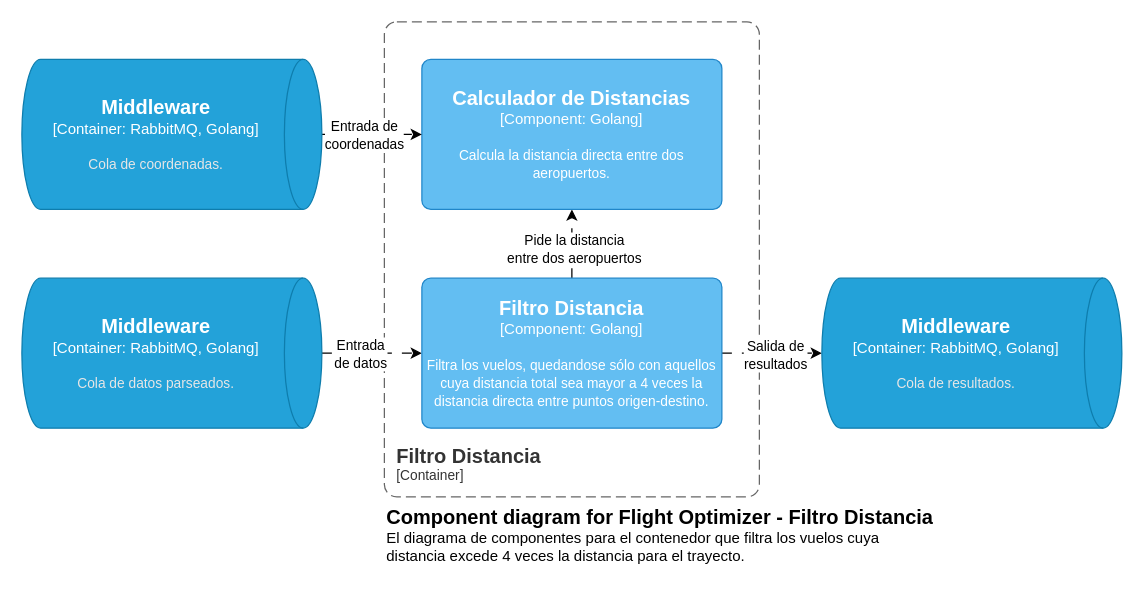
This is page "Capa3-Distance" (6 of 7) of docs/diagramas/C4model.drawio from FranciscoPereira987/tp1-distribuidos-grupo5, a draw.io file, before an edit. Source tidied: cells renumbered, new cells numbered last; positions are measured from the earlier drawing's top-left corner, leaving out a move shared by most shapes. Both pictures are drawn from the tidied source at 125%, with x=0, y=0 at pixel (21, 21).
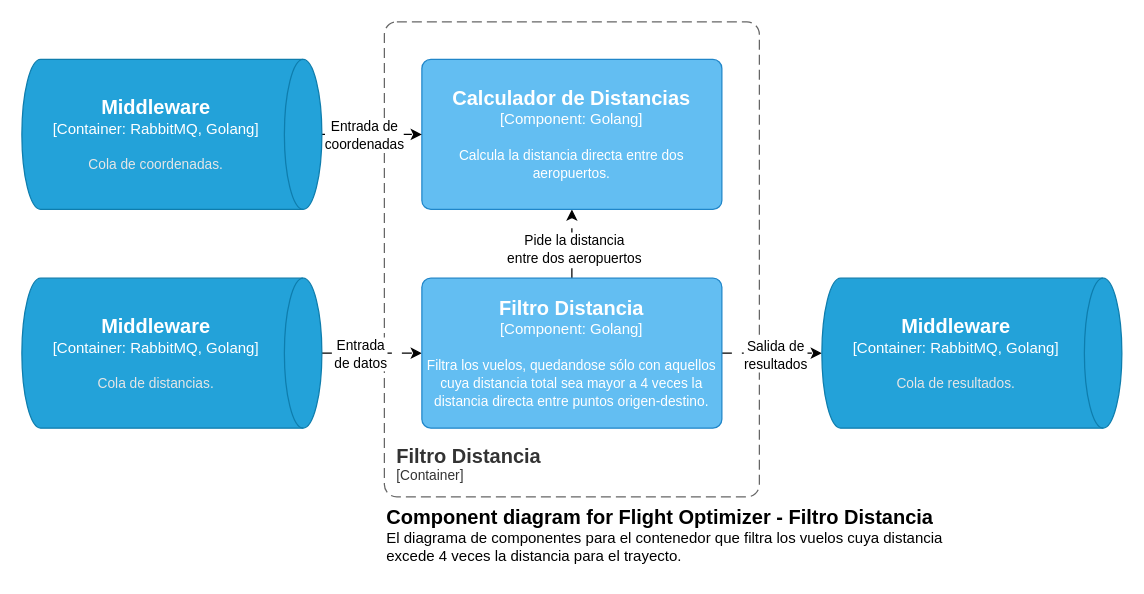
Above is the later version.

The edit, as a diff of the source:
```diff
@@
-    <object id="5" label="&lt;font style=&quot;font-size: 16px&quot;&gt;&lt;b&gt;%c4Type%&lt;/b&gt;&lt;/font&gt;&lt;div&gt;[%c4Container%:&amp;nbsp;%c4Technology%]&lt;/div&gt;&lt;br&gt;&lt;div&gt;&lt;font style=&quot;font-size: 11px&quot;&gt;&lt;font color=&quot;#E6E6E6&quot;&gt;%c4Description%&lt;/font&gt;&lt;/div&gt;" c4Container="Container" c4Description="Cola de datos parseados." c4Technology="RabbitMQ, Golang" c4Type="Middleware" placeholders="1">
+    <object id="5" label="&lt;font style=&quot;font-size: 16px&quot;&gt;&lt;b&gt;%c4Type%&lt;/b&gt;&lt;/font&gt;&lt;div&gt;[%c4Container%:&amp;nbsp;%c4Technology%]&lt;/div&gt;&lt;br&gt;&lt;div&gt;&lt;font style=&quot;font-size: 11px&quot;&gt;&lt;font color=&quot;#E6E6E6&quot;&gt;%c4Description%&lt;/font&gt;&lt;/div&gt;" c4Container="Container" c4Description="Cola de distancias." c4Technology="RabbitMQ, Golang" c4Type="Middleware" placeholders="1">
       <mxCell style="shape=cylinder3;size=15;direction=south;whiteSpace=wrap;html=1;boundedLbl=1;rounded=0;labelBackgroundColor=none;fillColor=#23A2D9;fontSize=12;fontColor=#ffffff;align=center;strokeColor=#0E7DAD;points=[[0.5,0,0],[1,0.25,0],[1,0.5,0],[1,0.75,0],[0.5,1,0],[0,0.75,0],[0,0.5,0],[0,0.25,0]];" parent="1" vertex="1">
         <mxGeometry y="205" width="240" height="120" as="geometry" />
       </mxCell>
     </object>
@@
     <object id="13" label="&lt;font style=&quot;font-size: 16px&quot;&gt;&lt;b&gt;&lt;div style=&quot;text-align: left&quot;&gt;%c4Name%&lt;/div&gt;&lt;/b&gt;&lt;/font&gt;&lt;div style=&quot;text-align: left&quot;&gt;%c4Description%&lt;/div&gt;" c4Description="El diagrama de componentes para el contenedor que filtra los vuelos cuya distancia excede 4 veces la distancia para el trayecto." c4Name="Component diagram for Flight Optimizer - Filtro Distancia" placeholders="1">
       <mxCell style="text;html=1;strokeColor=none;fillColor=none;align=left;verticalAlign=top;whiteSpace=wrap;rounded=0;" parent="1" vertex="1">
-        <mxGeometry x="290" y="380" width="440" height="60" as="geometry" />
+        <mxGeometry x="290" y="380" width="450" height="60" as="geometry" />
       </mxCell>
     </object>
```
